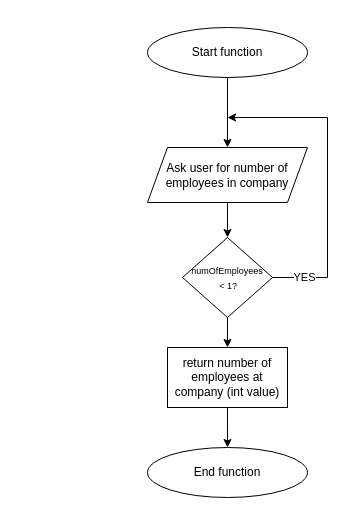
Before: page "NumOfEmployees" (2 of 4) of Flowcharts/Project_4_flowchart.drawio in ArminRezz/CMSC_140, a draw.io diagram. Source tidied: cells renumbered, new cells numbered last; positions are measured from the earlier drawing's top-left corner, leaving out a move shared by most shapes. Both pictures are drawn from the tidied source at 100%, with x=0, y=0 at pixel (147, 27).
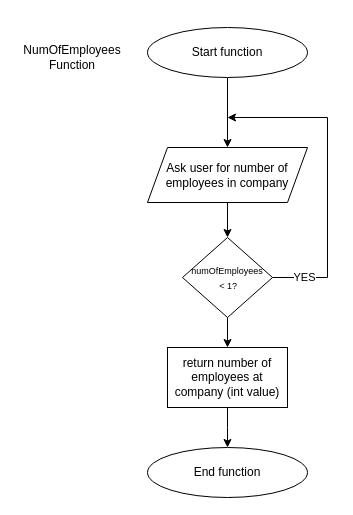
Above is the later version.

Diff of the diagram source:
```diff
@@
 <mxGraphModel>
   <root>
     <mxCell id="0" />
     <mxCell id="1" parent="0" />
     <mxCell id="2" style="edgeStyle=orthogonalEdgeStyle;rounded=0;jettySize=auto;html=1;" parent="1" edge="1" source="3" target="5">
       <mxGeometry relative="1" as="geometry" />
     </mxCell>
     <mxCell id="3" value="Start function" style="ellipse;whiteSpace=wrap;html=1;" parent="1" vertex="1">
       <mxGeometry width="160" height="50" as="geometry" />
     </mxCell>
     <mxCell id="4" style="edgeStyle=orthogonalEdgeStyle;rounded=0;jettySize=auto;html=1;" parent="1" edge="1" source="5" target="9">
       <mxGeometry relative="1" as="geometry" />
     </mxCell>
     <mxCell id="5" value="Ask user for number of employees in company" style="shape=parallelogram;perimeter=parallelogramPerimeter;whiteSpace=wrap;html=1;fixedSize=1;" parent="1" vertex="1">
       <mxGeometry y="120" width="160" height="55" as="geometry" />
     </mxCell>
     <mxCell id="6" style="edgeStyle=orthogonalEdgeStyle;rounded=0;jettySize=auto;html=1;" parent="1" edge="1" source="9">
       <mxGeometry relative="1" as="geometry">
         <mxPoint x="80" y="90" as="targetPoint" />
         <Array as="points">
           <mxPoint x="180" y="250" />
           <mxPoint x="180" y="90" />
         </Array>
       </mxGeometry>
     </mxCell>
     <mxCell id="7" value="YES" style="edgeLabel;html=1;align=center;verticalAlign=middle;" parent="6" vertex="1">
       <mxGeometry x="-0.8" y="1" relative="1" as="geometry" />
     </mxCell>
     <mxCell id="8" style="edgeStyle=orthogonalEdgeStyle;rounded=0;jettySize=auto;html=1;" parent="1" edge="1" source="9" target="11">
       <mxGeometry relative="1" as="geometry" />
     </mxCell>
     <mxCell id="9" value="&lt;font style=&quot;font-size: 9px&quot;&gt;numOfEmployees&lt;br&gt;&amp;nbsp;&amp;lt; 1?&lt;/font&gt;" style="rhombus;whiteSpace=wrap;html=1;" parent="1" vertex="1">
       <mxGeometry x="35" y="210" width="90" height="80" as="geometry" />
     </mxCell>
     <mxCell id="10" style="edgeStyle=orthogonalEdgeStyle;rounded=0;jettySize=auto;html=1;" parent="1" edge="1" source="11">
       <mxGeometry relative="1" as="geometry">
         <mxPoint x="80" y="420" as="targetPoint" />
       </mxGeometry>
     </mxCell>
     <mxCell id="11" value="return number of employees at company (int value)" style="whiteSpace=wrap;html=1;" parent="1" vertex="1">
       <mxGeometry x="20" y="320" width="120" height="60" as="geometry" />
     </mxCell>
     <mxCell id="12" value="End function" style="ellipse;whiteSpace=wrap;html=1;" parent="1" vertex="1">
       <mxGeometry y="420" width="160" height="50" as="geometry" />
     </mxCell>
+    <mxCell id="13" value="NumOfEmployees Function" style="text;html=1;strokeColor=none;fillColor=none;align=center;verticalAlign=middle;whiteSpace=wrap;rounded=0;" parent="1" vertex="1">
+      <mxGeometry x="-130" y="-10" width="110" height="80" as="geometry" />
+    </mxCell>
   </root>
 </mxGraphModel>
```
